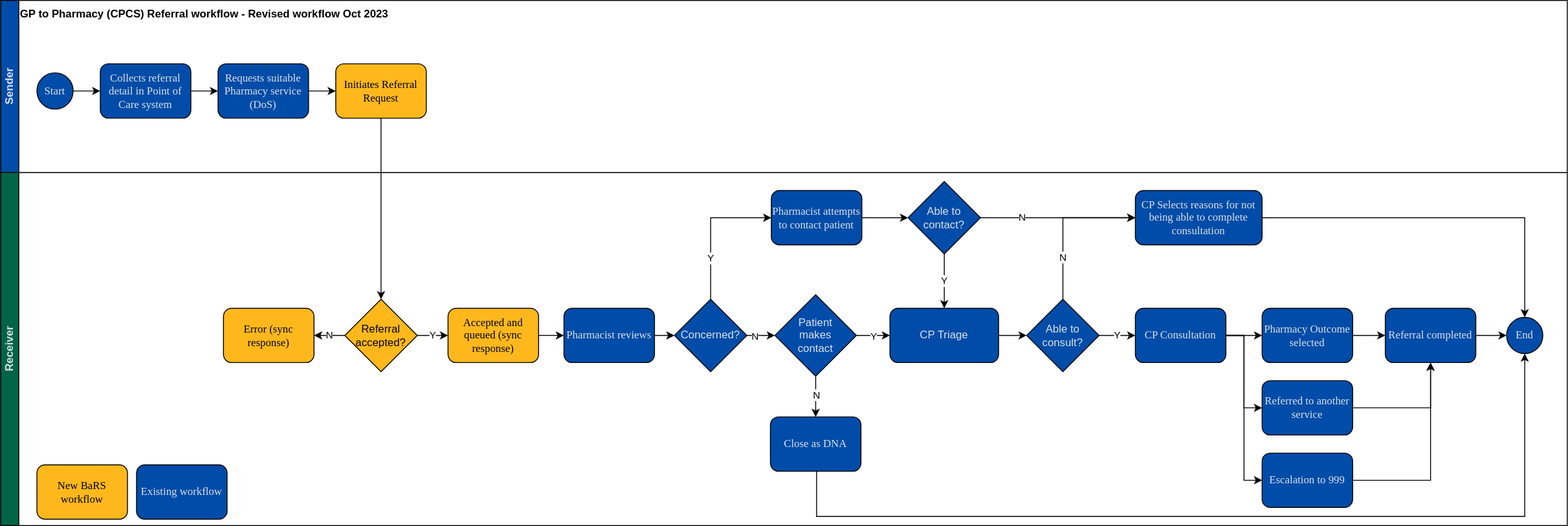
Earlier version of the draw.io export BaRS-Images/WorkFlows/GPtoPharmacyCPCS-1.0.0-beta.1.svg (NHSDigital/NHSDigital-FHIR-BookingAndReferrals). Source tidied: cells renumbered, new cells last; positions are measured from the earlier drawing's top-left corner, leaving out a move shared by most shapes. The source it was exported from:
```xml
<mxGraphModel>
  <root>
    <mxCell id="0" />
    <mxCell id="1" parent="0" />
    <mxCell id="2" style="rounded=0;whiteSpace=wrap;html=1;" parent="1" vertex="1">
      <mxGeometry y="190" width="1730" height="390" as="geometry" />
    </mxCell>
    <mxCell id="3" style="rounded=0;whiteSpace=wrap;html=1;" parent="1" vertex="1">
      <mxGeometry width="1730" height="190" as="geometry" />
    </mxCell>
    <mxCell id="4" style="edgeStyle=orthogonalEdgeStyle;rounded=0;jettySize=auto;html=1;" parent="1" edge="1" source="5" target="7">
      <mxGeometry relative="1" as="geometry" />
    </mxCell>
    <mxCell id="5" value="&lt;font color=&quot;#dde1e4&quot;&gt;Start&lt;/font&gt;" style="ellipse;whiteSpace=wrap;html=1;rounded=1;shadow=0;labelBackgroundColor=none;strokeWidth=1;fontFamily=Verdana;fontSize=12;align=center;fillColor=#004CA8;" parent="1" vertex="1">
      <mxGeometry x="40" y="80" width="40" height="40" as="geometry" />
    </mxCell>
    <mxCell id="6" style="edgeStyle=orthogonalEdgeStyle;rounded=0;jettySize=auto;html=1;" parent="1" edge="1" source="7" target="9">
      <mxGeometry relative="1" as="geometry" />
    </mxCell>
    <mxCell id="7" value="&lt;font color=&quot;#dde1e4&quot;&gt;Collects referral detail in Point of Care system&lt;/font&gt;" style="rounded=1;whiteSpace=wrap;html=1;shadow=0;labelBackgroundColor=none;strokeWidth=1;fontFamily=Verdana;fontSize=12;align=center;fillColor=#004CA8;" parent="1" vertex="1">
      <mxGeometry x="110" y="70" width="100" height="60" as="geometry" />
    </mxCell>
    <mxCell id="8" style="edgeStyle=orthogonalEdgeStyle;rounded=0;jettySize=auto;html=1;" parent="1" edge="1" source="9" target="11">
      <mxGeometry relative="1" as="geometry" />
    </mxCell>
    <mxCell id="9" value="&lt;font color=&quot;#dde1e4&quot;&gt;Requests suitable Pharmacy service (DoS)&lt;/font&gt;" style="rounded=1;whiteSpace=wrap;html=1;shadow=0;labelBackgroundColor=none;strokeWidth=1;fontFamily=Verdana;fontSize=12;align=center;fillColor=#004CA8;" parent="1" vertex="1">
      <mxGeometry x="240" y="70" width="100" height="60" as="geometry" />
    </mxCell>
    <mxCell id="10" style="edgeStyle=orthogonalEdgeStyle;rounded=0;jettySize=auto;html=1;exitX=0.5;exitY=1;exitDx=0;exitDy=0;" parent="1" edge="1" source="11" target="14">
      <mxGeometry relative="1" as="geometry" />
    </mxCell>
    <mxCell id="11" value="Initiates Referral Request" style="rounded=1;whiteSpace=wrap;html=1;shadow=0;labelBackgroundColor=none;strokeWidth=1;fontFamily=Verdana;fontSize=12;align=center;fillColor=#FFB81C;" parent="1" vertex="1">
      <mxGeometry x="370" y="70" width="100" height="60" as="geometry" />
    </mxCell>
    <mxCell id="12" value="N" style="edgeStyle=orthogonalEdgeStyle;rounded=0;jettySize=auto;html=1;" parent="1" edge="1" source="14" target="15">
      <mxGeometry relative="1" as="geometry" />
    </mxCell>
    <mxCell id="13" value="Y" style="edgeStyle=orthogonalEdgeStyle;rounded=0;jettySize=auto;html=1;" parent="1" edge="1" source="14" target="16">
      <mxGeometry relative="1" as="geometry" />
    </mxCell>
    <mxCell id="14" value="Referral accepted?" style="rhombus;whiteSpace=wrap;html=1;fillColor=#FFB81C;" parent="1" vertex="1">
      <mxGeometry x="380" y="330" width="80" height="80" as="geometry" />
    </mxCell>
    <mxCell id="15" value="Error (sync response)" style="rounded=1;whiteSpace=wrap;html=1;shadow=0;labelBackgroundColor=none;strokeWidth=1;fontFamily=Verdana;fontSize=12;align=center;fillColor=#FFB81C;" parent="1" vertex="1">
      <mxGeometry x="246" y="340" width="100" height="60" as="geometry" />
    </mxCell>
    <mxCell id="16" value="Accepted and queued (sync response)" style="rounded=1;whiteSpace=wrap;html=1;shadow=0;labelBackgroundColor=none;strokeWidth=1;fontFamily=Verdana;fontSize=12;align=center;fillColor=#FFB81C;" parent="1" vertex="1">
      <mxGeometry x="494" y="340" width="100" height="60" as="geometry" />
    </mxCell>
    <mxCell id="17" value="&lt;font color=&quot;#dde1e4&quot;&gt;Concerned?&lt;/font&gt;" style="rhombus;whiteSpace=wrap;html=1;fillColor=#004CA8;" parent="1" vertex="1">
      <mxGeometry x="744" y="330" width="80" height="80" as="geometry" />
    </mxCell>
    <mxCell id="18" style="edgeStyle=orthogonalEdgeStyle;rounded=0;jettySize=auto;html=1;" parent="1" edge="1" source="19" target="22">
      <mxGeometry relative="1" as="geometry" />
    </mxCell>
    <mxCell id="19" value="Pharmacist attempts to contact patient" style="rounded=1;whiteSpace=wrap;html=1;shadow=0;labelBackgroundColor=none;strokeWidth=1;fontFamily=Verdana;fontSize=12;align=center;fillColor=#004CA8;fontColor=#DDE1E4;" parent="1" vertex="1">
      <mxGeometry x="851" y="210" width="100" height="60" as="geometry" />
    </mxCell>
    <mxCell id="20" value="N" style="edgeStyle=orthogonalEdgeStyle;rounded=0;jettySize=auto;html=1;entryX=0;entryY=0.5;entryDx=0;entryDy=0;exitX=1;exitY=0.5;exitDx=0;exitDy=0;" parent="1" edge="1" source="22" target="27">
      <mxGeometry relative="1" as="geometry">
        <Array as="points">
          <mxPoint x="1042" y="240" />
          <mxPoint x="1042" y="240" />
        </Array>
      </mxGeometry>
    </mxCell>
    <mxCell id="21" value="Y" style="edgeStyle=orthogonalEdgeStyle;rounded=0;jettySize=auto;html=1;" parent="1" edge="1" source="22" target="38">
      <mxGeometry relative="1" as="geometry" />
    </mxCell>
    <mxCell id="22" value="Able to contact?" style="rhombus;whiteSpace=wrap;html=1;fillColor=#004CA8;fontColor=#DDE1E4;" parent="1" vertex="1">
      <mxGeometry x="1002" y="200" width="80" height="80" as="geometry" />
    </mxCell>
    <mxCell id="23" value="N" style="edgeStyle=orthogonalEdgeStyle;rounded=0;jettySize=auto;html=1;entryX=0;entryY=0.5;entryDx=0;entryDy=0;exitX=0.5;exitY=0;exitDx=0;exitDy=0;" parent="1" edge="1" source="25" target="27">
      <mxGeometry x="-0.44" relative="1" as="geometry">
        <mxPoint y="1" as="offset" />
      </mxGeometry>
    </mxCell>
    <mxCell id="24" value="Y" style="edgeStyle=orthogonalEdgeStyle;rounded=0;jettySize=auto;html=1;" parent="1" edge="1" source="25" target="29">
      <mxGeometry relative="1" as="geometry" />
    </mxCell>
    <mxCell id="25" value="Able to consult?" style="rhombus;whiteSpace=wrap;html=1;fillColor=#004CA8;fontColor=#DDE1E4;" parent="1" vertex="1">
      <mxGeometry x="1133" y="330" width="80" height="80" as="geometry" />
    </mxCell>
    <mxCell id="26" style="edgeStyle=orthogonalEdgeStyle;rounded=0;jettySize=auto;html=1;entryX=0.5;entryY=0;entryDx=0;entryDy=0;" parent="1" edge="1" source="27" target="36">
      <mxGeometry relative="1" as="geometry" />
    </mxCell>
    <mxCell id="27" value="CP Selects reasons for not being able to complete consultation" style="rounded=1;whiteSpace=wrap;html=1;shadow=0;labelBackgroundColor=none;strokeWidth=1;fontFamily=Verdana;fontSize=12;align=center;fillColor=#004CA8;fontColor=#DDE1E4;" parent="1" vertex="1">
      <mxGeometry x="1253" y="210" width="140" height="60" as="geometry" />
    </mxCell>
    <mxCell id="28" style="edgeStyle=orthogonalEdgeStyle;rounded=0;jettySize=auto;html=1;" parent="1" edge="1" source="29" target="31">
      <mxGeometry relative="1" as="geometry" />
    </mxCell>
    <mxCell id="29" value="CP Consultation" style="rounded=1;whiteSpace=wrap;html=1;shadow=0;labelBackgroundColor=none;strokeWidth=1;fontFamily=Verdana;fontSize=12;align=center;fillColor=#004CA8;fontColor=#DDE1E4;" parent="1" vertex="1">
      <mxGeometry x="1253" y="340" width="100" height="60" as="geometry" />
    </mxCell>
    <mxCell id="30" style="edgeStyle=orthogonalEdgeStyle;rounded=0;jettySize=auto;html=1;" parent="1" edge="1" source="31" target="33">
      <mxGeometry relative="1" as="geometry" />
    </mxCell>
    <mxCell id="31" value="Pharmacy Outcome selected" style="rounded=1;whiteSpace=wrap;html=1;shadow=0;labelBackgroundColor=none;strokeWidth=1;fontFamily=Verdana;fontSize=12;align=center;fillColor=#004CA8;fontColor=#DDE1E4;" parent="1" vertex="1">
      <mxGeometry x="1393" y="340" width="100" height="60" as="geometry" />
    </mxCell>
    <mxCell id="32" style="edgeStyle=orthogonalEdgeStyle;rounded=0;jettySize=auto;html=1;" parent="1" edge="1" source="33" target="36">
      <mxGeometry relative="1" as="geometry" />
    </mxCell>
    <mxCell id="33" value="Referral completed" style="rounded=1;whiteSpace=wrap;html=1;shadow=0;labelBackgroundColor=none;strokeWidth=1;fontFamily=Verdana;fontSize=12;align=center;fillColor=#004CA8;fontColor=#DDE1E4;" parent="1" vertex="1">
      <mxGeometry x="1529" y="340" width="100" height="60" as="geometry" />
    </mxCell>
    <mxCell id="34" value="Referred to another service" style="rounded=1;whiteSpace=wrap;html=1;shadow=0;labelBackgroundColor=none;strokeWidth=1;fontFamily=Verdana;fontSize=12;align=center;fillColor=#004CA8;fontColor=#DDE1E4;" parent="1" vertex="1">
      <mxGeometry x="1393" y="420" width="100" height="60" as="geometry" />
    </mxCell>
    <mxCell id="35" value="Escalation to 999" style="rounded=1;whiteSpace=wrap;html=1;shadow=0;labelBackgroundColor=none;strokeWidth=1;fontFamily=Verdana;fontSize=12;align=center;fillColor=#004CA8;fontColor=#DDE1E4;" parent="1" vertex="1">
      <mxGeometry x="1393" y="500" width="100" height="60" as="geometry" />
    </mxCell>
    <mxCell id="36" value="End" style="ellipse;whiteSpace=wrap;html=1;rounded=1;shadow=0;labelBackgroundColor=none;strokeWidth=1;fontFamily=Verdana;fontSize=12;align=center;fillColor=#004CA8;fontColor=#DDE1E4;" parent="1" vertex="1">
      <mxGeometry x="1663" y="350" width="40" height="40" as="geometry" />
    </mxCell>
    <mxCell id="37" style="edgeStyle=orthogonalEdgeStyle;rounded=0;jettySize=auto;html=1;" parent="1" edge="1" source="38" target="25">
      <mxGeometry relative="1" as="geometry" />
    </mxCell>
    <mxCell id="38" value="CP Triage" style="rounded=1;whiteSpace=wrap;html=1;fillColor=#004CA8;fontColor=#DDE1E4;" parent="1" vertex="1">
      <mxGeometry x="982" y="340" width="120" height="60" as="geometry" />
    </mxCell>
    <mxCell id="39" style="edgeStyle=orthogonalEdgeStyle;rounded=0;jettySize=auto;html=1;exitX=1;exitY=0.5;exitDx=0;exitDy=0;entryX=0;entryY=0.5;entryDx=0;entryDy=0;" parent="1" edge="1" source="29" target="34">
      <mxGeometry relative="1" as="geometry" />
    </mxCell>
    <mxCell id="40" style="edgeStyle=orthogonalEdgeStyle;rounded=0;jettySize=auto;html=1;exitX=1;exitY=0.5;exitDx=0;exitDy=0;entryX=0;entryY=0.5;entryDx=0;entryDy=0;" parent="1" edge="1" source="29" target="35">
      <mxGeometry relative="1" as="geometry" />
    </mxCell>
    <mxCell id="41" style="edgeStyle=orthogonalEdgeStyle;rounded=0;jettySize=auto;html=1;exitX=1;exitY=0.5;exitDx=0;exitDy=0;entryX=0.5;entryY=1;entryDx=0;entryDy=0;" parent="1" edge="1" source="34" target="33">
      <mxGeometry relative="1" as="geometry" />
    </mxCell>
    <mxCell id="42" style="edgeStyle=orthogonalEdgeStyle;rounded=0;jettySize=auto;html=1;exitX=1;exitY=0.5;exitDx=0;exitDy=0;entryX=0.5;entryY=1;entryDx=0;entryDy=0;" parent="1" edge="1" source="35" target="33">
      <mxGeometry relative="1" as="geometry" />
    </mxCell>
    <mxCell id="43" value="&lt;b&gt;Sender&lt;/b&gt;" style="rounded=0;whiteSpace=wrap;html=1;fontColor=#DDE1E4;fillColor=#004CA8;horizontal=0;" parent="1" vertex="1">
      <mxGeometry width="20" height="190" as="geometry" />
    </mxCell>
    <mxCell id="44" value="&lt;b&gt;Receiver&lt;/b&gt;" style="rounded=0;whiteSpace=wrap;html=1;fontColor=#DDE1E4;fillColor=#006545;horizontal=0;" parent="1" vertex="1">
      <mxGeometry y="190" width="20" height="390" as="geometry" />
    </mxCell>
    <mxCell id="45" value="&lt;font color=&quot;#000000&quot;&gt;&lt;b&gt;GP to Pharmacy (CPCS) Referral workflow - Revised workflow Oct 2023&lt;/b&gt;&lt;/font&gt;" style="text;html=1;strokeColor=none;fillColor=none;align=center;verticalAlign=middle;whiteSpace=wrap;rounded=0;fontColor=#DDE1E4;" parent="1" vertex="1">
      <mxGeometry x="20" width="410" height="30" as="geometry" />
    </mxCell>
    <mxCell id="46" value="New BaRS workflow" style="rounded=1;whiteSpace=wrap;html=1;shadow=0;labelBackgroundColor=none;strokeWidth=1;fontFamily=Verdana;fontSize=12;align=center;fillColor=#FFB81C;" parent="1" vertex="1">
      <mxGeometry x="40" y="513" width="100" height="60" as="geometry" />
    </mxCell>
    <mxCell id="47" value="Existing workflow" style="rounded=1;whiteSpace=wrap;html=1;shadow=0;labelBackgroundColor=none;strokeWidth=1;fontFamily=Verdana;fontSize=12;align=center;fillColor=#004CA8;fontColor=#DDE1E4;" parent="1" vertex="1">
      <mxGeometry x="150" y="513" width="100" height="60" as="geometry" />
    </mxCell>
    <mxCell id="48" value="Pharmacist reviews" style="rounded=1;whiteSpace=wrap;html=1;shadow=0;labelBackgroundColor=none;strokeWidth=1;fontFamily=Verdana;fontSize=12;align=center;fillColor=#004CA8;fontColor=#DDE1E4;" parent="1" vertex="1">
      <mxGeometry x="622" y="340" width="100" height="60" as="geometry" />
    </mxCell>
    <mxCell id="49" style="edgeStyle=orthogonalEdgeStyle;rounded=0;jettySize=auto;html=1;exitX=1;exitY=0.5;exitDx=0;exitDy=0;entryX=0;entryY=0.5;entryDx=0;entryDy=0;" parent="1" edge="1" source="16" target="48">
      <mxGeometry relative="1" as="geometry" />
    </mxCell>
    <mxCell id="50" style="edgeStyle=orthogonalEdgeStyle;rounded=0;jettySize=auto;html=1;entryX=0;entryY=0.5;entryDx=0;entryDy=0;exitX=1;exitY=0.5;exitDx=0;exitDy=0;" parent="1" edge="1" source="52" target="38">
      <mxGeometry relative="1" as="geometry" />
    </mxCell>
    <mxCell id="51" value="Y" style="edgeLabel;html=1;align=center;verticalAlign=middle;" parent="50" vertex="1">
      <mxGeometry x="-0.05" relative="1" as="geometry" />
    </mxCell>
    <mxCell id="52" value="&lt;font color=&quot;#dde1e4&quot;&gt;Patient &lt;br&gt;makes &lt;br&gt;contact&lt;br&gt;&lt;/font&gt;" style="rhombus;whiteSpace=wrap;html=1;fillColor=#004CA8;" parent="1" vertex="1">
      <mxGeometry x="855" y="325" width="90" height="90" as="geometry" />
    </mxCell>
    <mxCell id="53" style="edgeStyle=orthogonalEdgeStyle;rounded=0;jettySize=auto;html=1;exitX=0.5;exitY=1;exitDx=0;exitDy=0;" parent="1" edge="1" source="52" target="55">
      <mxGeometry relative="1" as="geometry" />
    </mxCell>
    <mxCell id="54" value="N" style="edgeLabel;html=1;align=center;verticalAlign=middle;" parent="53" vertex="1">
      <mxGeometry x="-0.1" relative="1" as="geometry" />
    </mxCell>
    <mxCell id="55" value="Close as DNA" style="rounded=1;whiteSpace=wrap;html=1;shadow=0;labelBackgroundColor=none;strokeWidth=1;fontFamily=Verdana;fontSize=12;align=center;fillColor=#004CA8;fontColor=#DDE1E4;" parent="1" vertex="1">
      <mxGeometry x="850" y="460" width="100" height="60" as="geometry" />
    </mxCell>
    <mxCell id="56" style="edgeStyle=orthogonalEdgeStyle;rounded=0;jettySize=auto;html=1;entryX=0.5;entryY=1;entryDx=0;entryDy=0;exitX=0.5;exitY=1;exitDx=0;exitDy=0;" parent="1" edge="1" source="55" target="36">
      <mxGeometry relative="1" as="geometry">
        <Array as="points">
          <mxPoint x="901" y="570" />
          <mxPoint x="1683" y="570" />
        </Array>
      </mxGeometry>
    </mxCell>
    <mxCell id="57" style="edgeStyle=orthogonalEdgeStyle;rounded=0;jettySize=auto;html=1;entryX=0;entryY=0.5;entryDx=0;entryDy=0;exitX=0.99;exitY=0.501;exitDx=0;exitDy=0;exitPerimeter=0;" parent="1" edge="1" source="48" target="17">
      <mxGeometry relative="1" as="geometry" />
    </mxCell>
    <mxCell id="58" value="Y" style="edgeStyle=orthogonalEdgeStyle;rounded=0;jettySize=auto;html=1;entryX=0;entryY=0.5;entryDx=0;entryDy=0;exitX=0.5;exitY=0;exitDx=0;exitDy=0;" parent="1" edge="1" source="17">
      <mxGeometry x="-0.43" relative="1" as="geometry">
        <mxPoint x="851" y="240" as="targetPoint" />
        <Array as="points">
          <mxPoint x="784" y="240" />
        </Array>
      </mxGeometry>
    </mxCell>
    <mxCell id="59" style="edgeStyle=orthogonalEdgeStyle;rounded=0;jettySize=auto;html=1;entryX=0;entryY=0.5;entryDx=0;entryDy=0;exitX=1;exitY=0.5;exitDx=0;exitDy=0;" parent="1" edge="1" source="17" target="52">
      <mxGeometry relative="1" as="geometry" />
    </mxCell>
    <mxCell id="60" value="N" style="edgeLabel;html=1;align=center;verticalAlign=middle;" parent="59" vertex="1">
      <mxGeometry x="-0.5" relative="1" as="geometry" />
    </mxCell>
  </root>
</mxGraphModel>
```
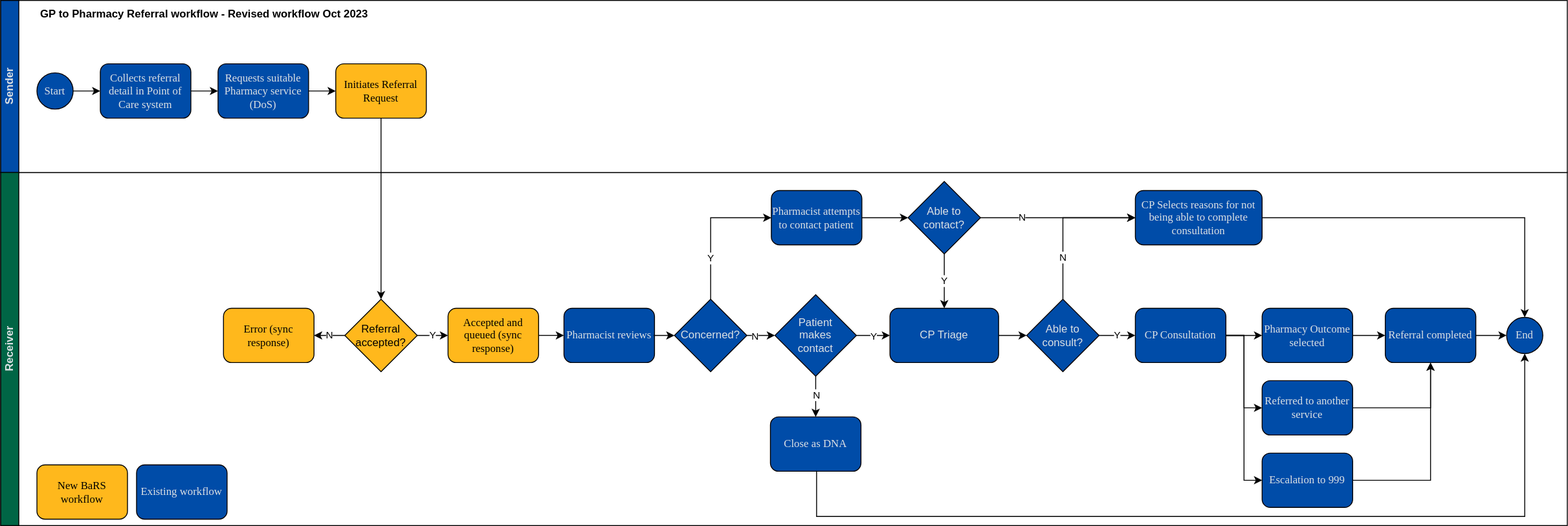
Above is the later version.

Commit message:
CPCS wording and image update

CPCS wording and image update

The edit, as a diff of the source:
```diff
@@ -138,7 +138,7 @@
     <mxCell id="44" value="&lt;b&gt;Receiver&lt;/b&gt;" style="rounded=0;whiteSpace=wrap;html=1;fontColor=#DDE1E4;fillColor=#006545;horizontal=0;" parent="1" vertex="1">
       <mxGeometry y="190" width="20" height="390" as="geometry" />
     </mxCell>
-    <mxCell id="45" value="&lt;font color=&quot;#000000&quot;&gt;&lt;b&gt;GP to Pharmacy (CPCS) Referral workflow - Revised workflow Oct 2023&lt;/b&gt;&lt;/font&gt;" style="text;html=1;strokeColor=none;fillColor=none;align=center;verticalAlign=middle;whiteSpace=wrap;rounded=0;fontColor=#DDE1E4;" parent="1" vertex="1">
+    <mxCell id="45" value="&lt;font color=&quot;#000000&quot;&gt;&lt;b&gt;GP to Pharmacy Referral workflow - Revised workflow Oct 2023&lt;/b&gt;&lt;/font&gt;" style="text;html=1;strokeColor=none;fillColor=none;align=center;verticalAlign=middle;whiteSpace=wrap;rounded=0;fontColor=#DDE1E4;" parent="1" vertex="1">
       <mxGeometry x="20" width="410" height="30" as="geometry" />
     </mxCell>
     <mxCell id="46" value="New BaRS workflow" style="rounded=1;whiteSpace=wrap;html=1;shadow=0;labelBackgroundColor=none;strokeWidth=1;fontFamily=Verdana;fontSize=12;align=center;fillColor=#FFB81C;" parent="1" vertex="1">
```
